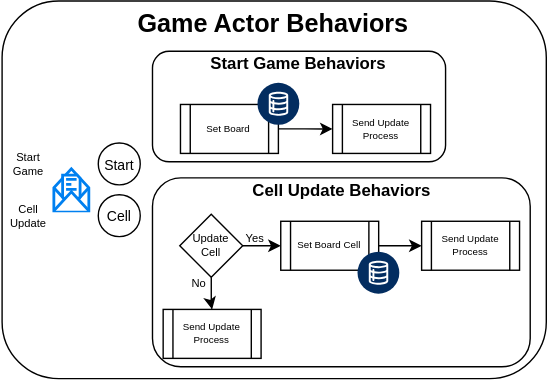
sunlao/py_sudoku_solver keeps this draw.io diagram as docs/GameActor.svg. Above is the earlier version. Source tidied: cells renumbered, new cells last; positions are measured from the earlier drawing's top-left corner, leaving out a move shared by most shapes.
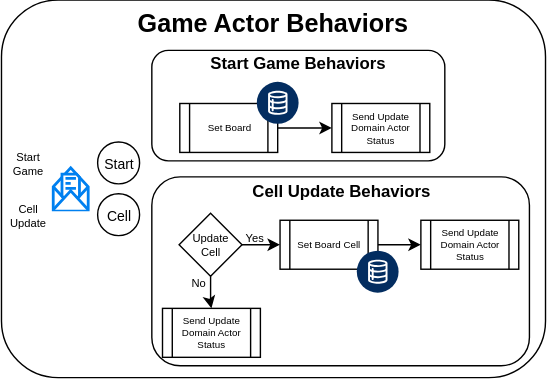
The same diagram one commit later.

Change to the diagram source:
```diff
@@ -56,7 +56,7 @@
     <mxCell id="19" value="No" style="text;html=1;whiteSpace=wrap;strokeColor=none;fillColor=none;align=center;verticalAlign=middle;rounded=0;fontSize=8;" parent="1" vertex="1">
       <mxGeometry x="132.1" y="195.5" width="20" height="12.5" as="geometry" />
     </mxCell>
-    <mxCell id="20" value="Send Update Process" style="shape=process;whiteSpace=wrap;html=1;backgroundOutline=1;fontSize=7;" parent="1" vertex="1">
+    <mxCell id="20" value="Send Update Domain Actor Status" style="shape=process;whiteSpace=wrap;html=1;backgroundOutline=1;fontSize=7;" parent="1" vertex="1">
       <mxGeometry x="237.2" y="74" width="70" height="35" as="geometry" />
     </mxCell>
     <mxCell id="21" value="Start Game" style="text;html=1;whiteSpace=wrap;strokeColor=none;fillColor=none;align=center;verticalAlign=middle;rounded=0;fontSize=8;" parent="1" vertex="1">
@@ -65,13 +65,13 @@
     <mxCell id="22" value="Start" style="ellipse;whiteSpace=wrap;html=1;fontSize=10;" parent="1" vertex="1">
       <mxGeometry x="69.8" y="101.5" width="30" height="30" as="geometry" />
     </mxCell>
-    <mxCell id="23" value="Send Update Process" style="shape=process;whiteSpace=wrap;html=1;backgroundOutline=1;fontSize=7;" parent="1" vertex="1">
+    <mxCell id="23" value="Send Update Domain Actor Status" style="shape=process;whiteSpace=wrap;html=1;backgroundOutline=1;fontSize=7;" parent="1" vertex="1">
       <mxGeometry x="300.9" y="157.5" width="70" height="35" as="geometry" />
     </mxCell>
     <mxCell id="24" style="edgeStyle=orthogonalEdgeStyle;rounded=0;jettySize=auto;html=1;entryX=0;entryY=0.5;entryDx=0;entryDy=0;" parent="1" edge="1" source="16" target="23">
       <mxGeometry relative="1" as="geometry" />
     </mxCell>
-    <mxCell id="25" value="Send Update Process" style="shape=process;whiteSpace=wrap;html=1;backgroundOutline=1;fontSize=7;" parent="1" vertex="1">
+    <mxCell id="25" value="Send Update Domain Actor Status" style="shape=process;whiteSpace=wrap;html=1;backgroundOutline=1;fontSize=7;" parent="1" vertex="1">
       <mxGeometry x="116.1" y="220.5" width="70" height="35" as="geometry" />
     </mxCell>
     <mxCell id="26" value="Cell Update Behaviors" style="text;html=1;whiteSpace=wrap;strokeColor=none;fillColor=none;align=center;verticalAlign=middle;rounded=0;fontStyle=1;" parent="1" vertex="1">
```
